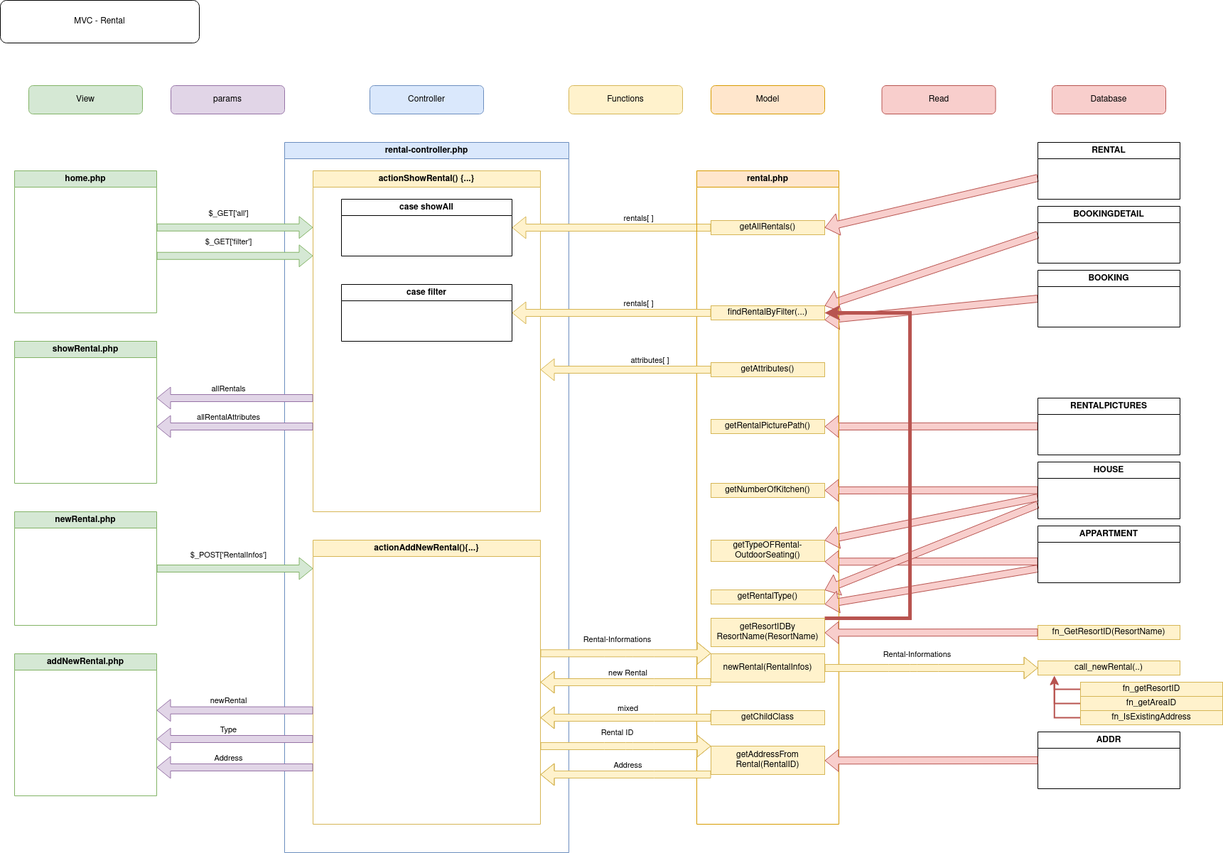
Before: SuPa/assets/documentation/MVC/mvc-rental.png, a diagram exported from draw.io (hatta137/sunshineparks). Source tidied: cells renumbered, new cells last; positions are measured from the earlier drawing's top-left corner, leaving out a move shared by most shapes.
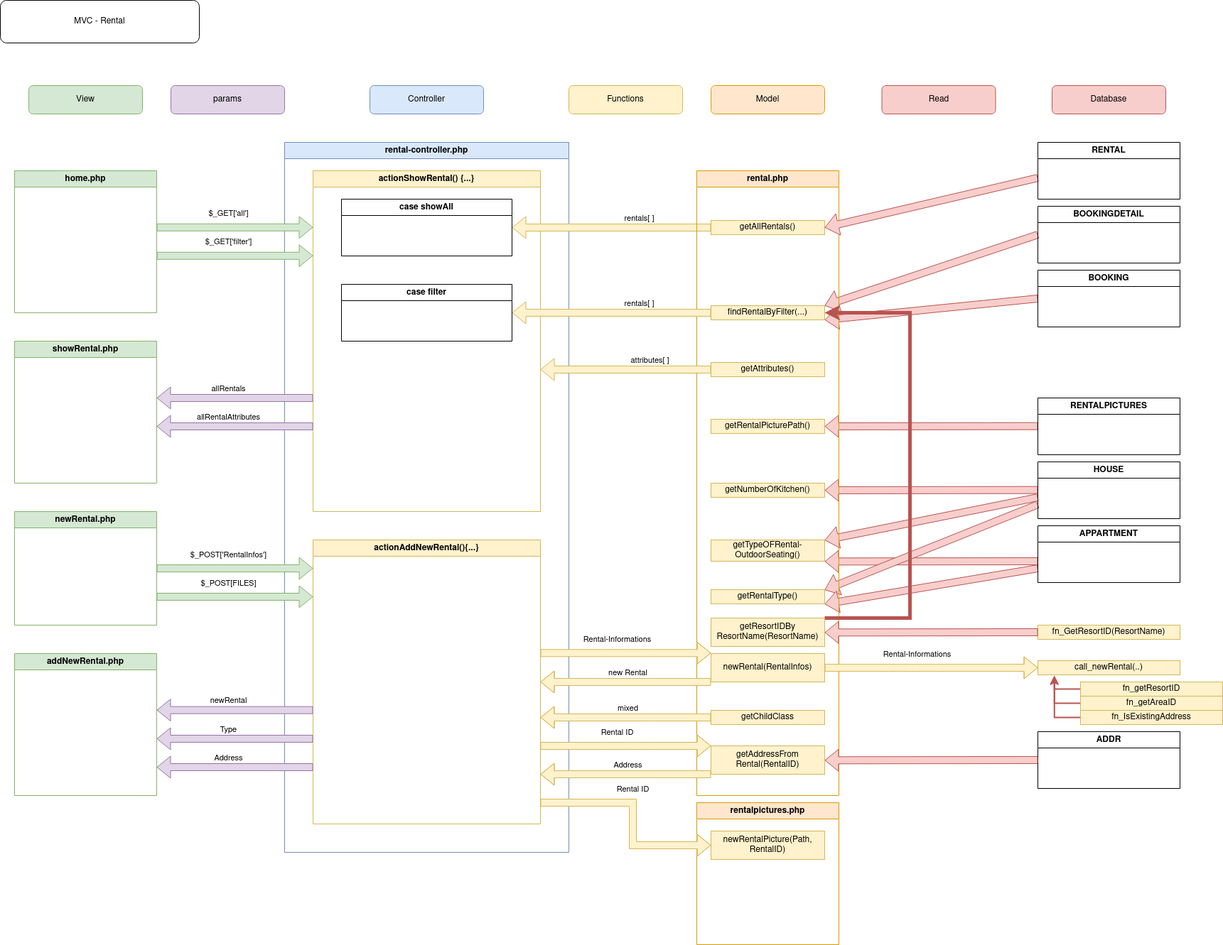
The same file after the commit.

Change to the diagram source:
```diff
@@ -117,7 +117,7 @@
       </mxGeometry>
     </mxCell>
     <mxCell id="29" value="rental.php" style="swimlane;whiteSpace=wrap;html=1;fillColor=#ffe6cc;strokeColor=#d79b00;" parent="1" vertex="1">
-      <mxGeometry x="980" y="240" width="200" height="920" as="geometry" />
+      <mxGeometry x="980" y="240" width="200" height="880" as="geometry" />
     </mxCell>
     <mxCell id="30" value="getAllRentals()" style="rounded=0;whiteSpace=wrap;html=1;fillColor=#fff2cc;strokeColor=#d6b656;" parent="29" vertex="1">
       <mxGeometry x="20" y="70" width="160" height="20" as="geometry" />
@@ -424,5 +424,38 @@
     <mxCell id="92" value="Read" style="rounded=1;whiteSpace=wrap;html=1;fillColor=#f8cecc;strokeColor=#b85450;" parent="1" vertex="1">
       <mxGeometry x="1240.5" y="120" width="160" height="40" as="geometry" />
     </mxCell>
+    <mxCell id="93" value="rentalpictures.php" style="swimlane;whiteSpace=wrap;html=1;fillColor=#ffe6cc;strokeColor=#d79b00;" parent="1" vertex="1">
+      <mxGeometry x="980" y="1130" width="200" height="200" as="geometry" />
+    </mxCell>
+    <mxCell id="94" value="newRentalPicture(Path, RentalID)" style="rounded=0;whiteSpace=wrap;html=1;fillColor=#fff2cc;strokeColor=#d6b656;" parent="93" vertex="1">
+      <mxGeometry x="20" y="40" width="160" height="40" as="geometry" />
+    </mxCell>
+    <mxCell id="95" style="shape=flexArrow;endArrow=classic;html=1;rounded=0;fillColor=#d5e8d4;strokeColor=#82b366;" parent="1" edge="1">
+      <mxGeometry relative="1" as="geometry">
+        <mxPoint x="220" y="840" as="sourcePoint" />
+        <mxPoint x="440" y="840" as="targetPoint" />
+      </mxGeometry>
+    </mxCell>
+    <mxCell id="96" value="$_POST[FILES]" style="edgeLabel;html=1;align=center;verticalAlign=middle;" parent="95" vertex="1">
+      <mxGeometry x="-0.27" y="3" relative="1" as="geometry">
+        <mxPoint x="20" y="-17" as="offset" />
+      </mxGeometry>
+    </mxCell>
+    <mxCell id="97" style="shape=flexArrow;endArrow=classic;html=1;rounded=0;entryX=0;entryY=0.5;entryDx=0;entryDy=0;fillColor=#fff2cc;strokeColor=#d6b656;" parent="1" edge="1" target="94">
+      <mxGeometry relative="1" as="geometry">
+        <mxPoint x="760" y="1130" as="sourcePoint" />
+        <Array as="points">
+          <mxPoint x="850" y="1130" />
+          <mxPoint x="880" y="1130" />
+          <mxPoint x="890" y="1130" />
+          <mxPoint x="890" y="1190" />
+        </Array>
+      </mxGeometry>
+    </mxCell>
+    <mxCell id="98" value="Rental ID" style="edgeLabel;html=1;align=center;verticalAlign=middle;" parent="97" vertex="1">
+      <mxGeometry x="-0.27" y="3" relative="1" as="geometry">
+        <mxPoint x="20" y="-17" as="offset" />
+      </mxGeometry>
+    </mxCell>
   </root>
 </mxGraphModel>
```
